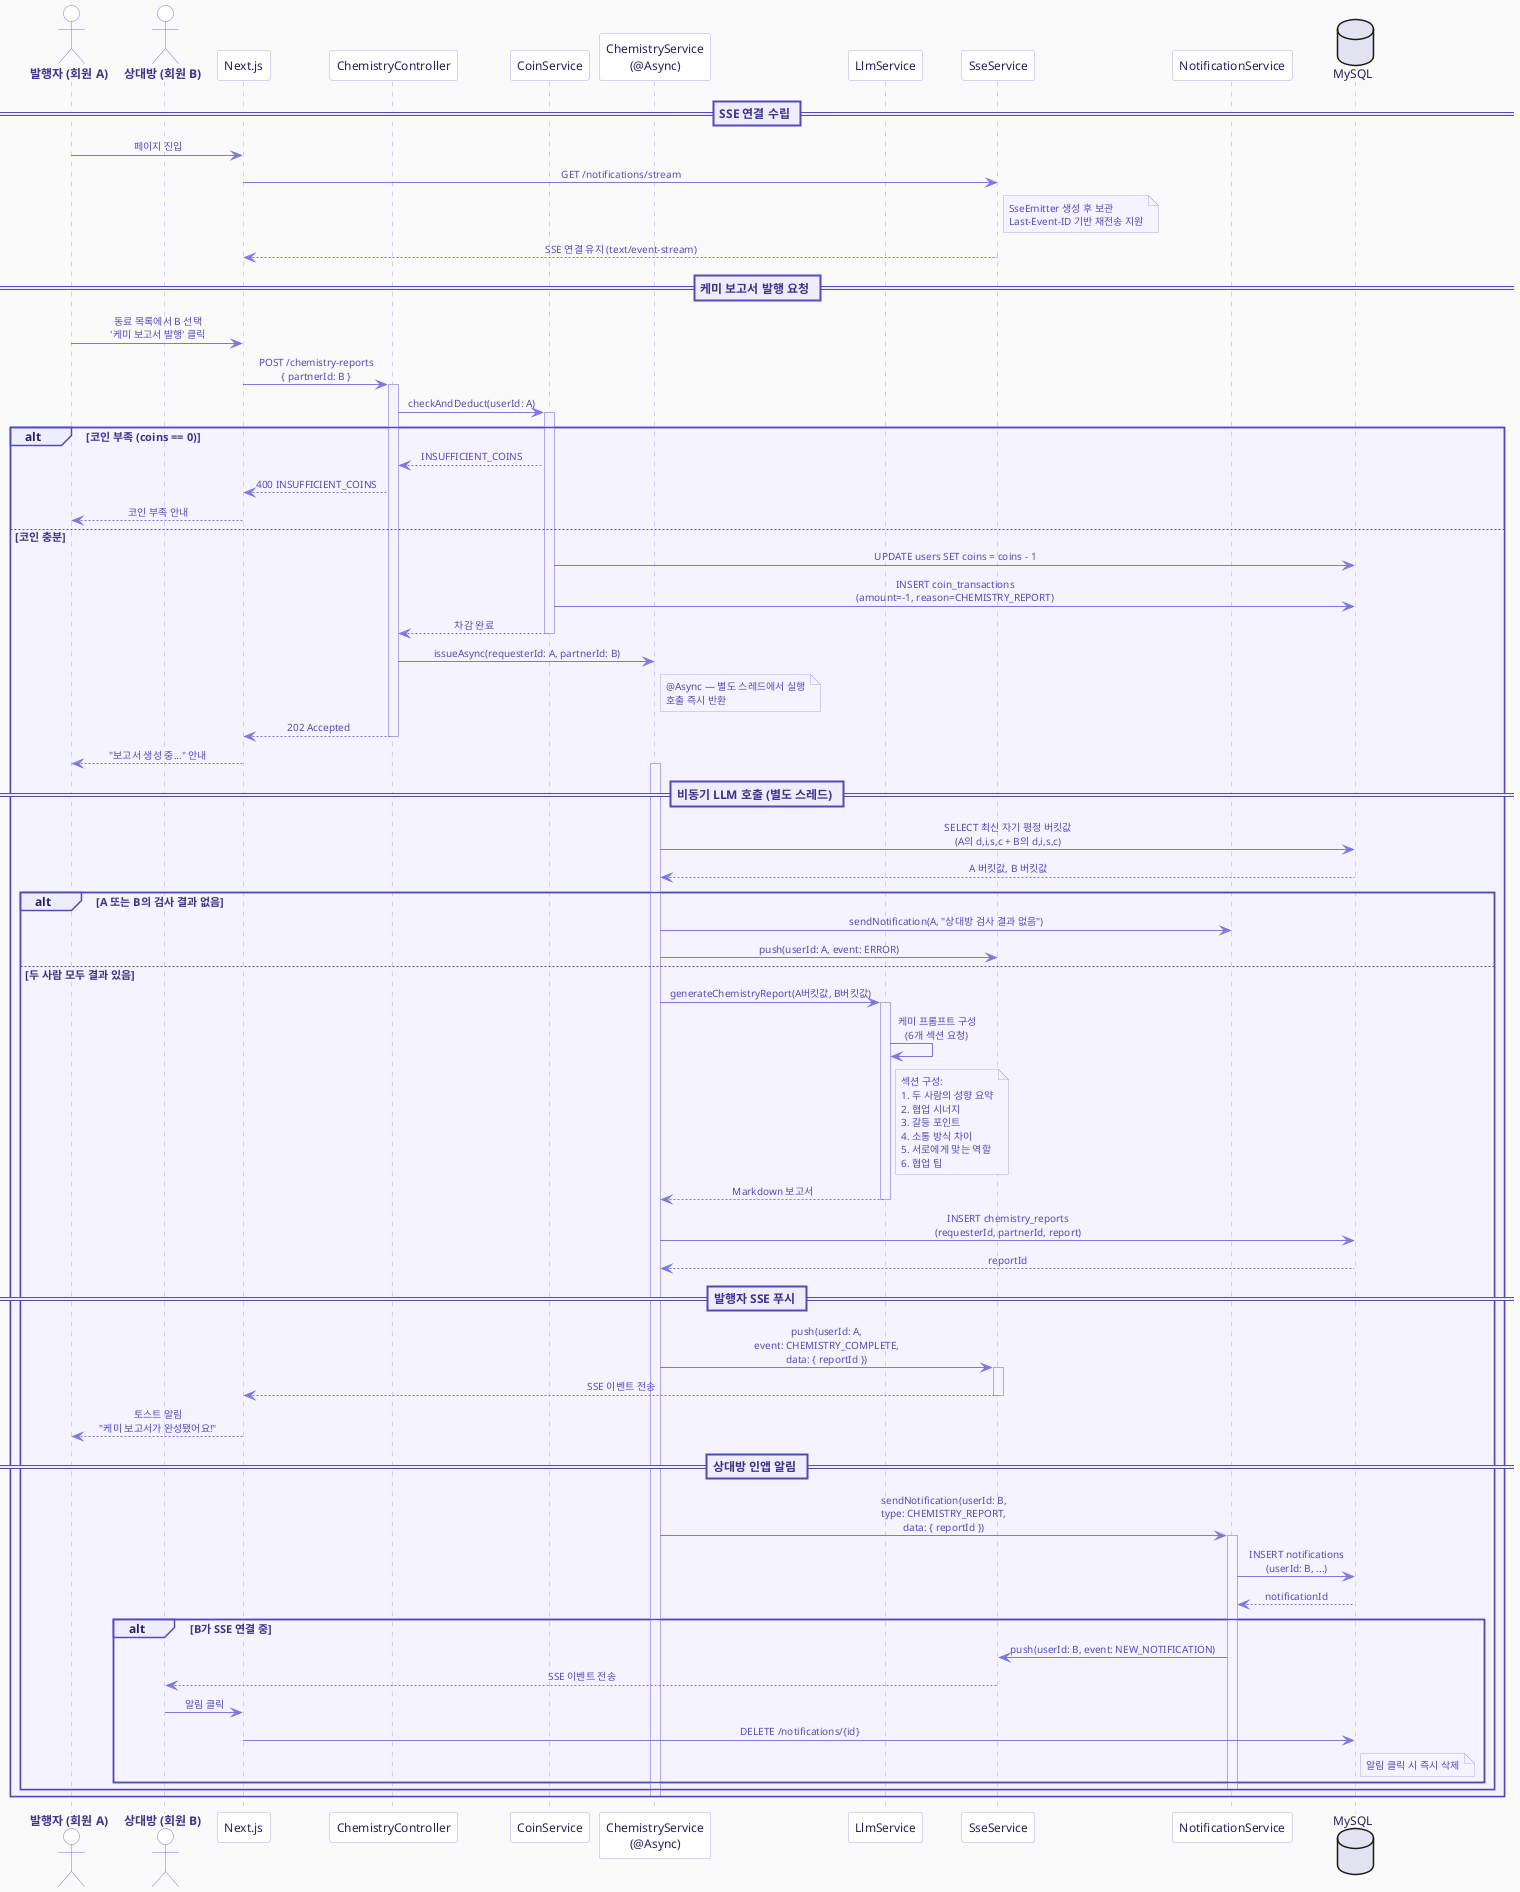
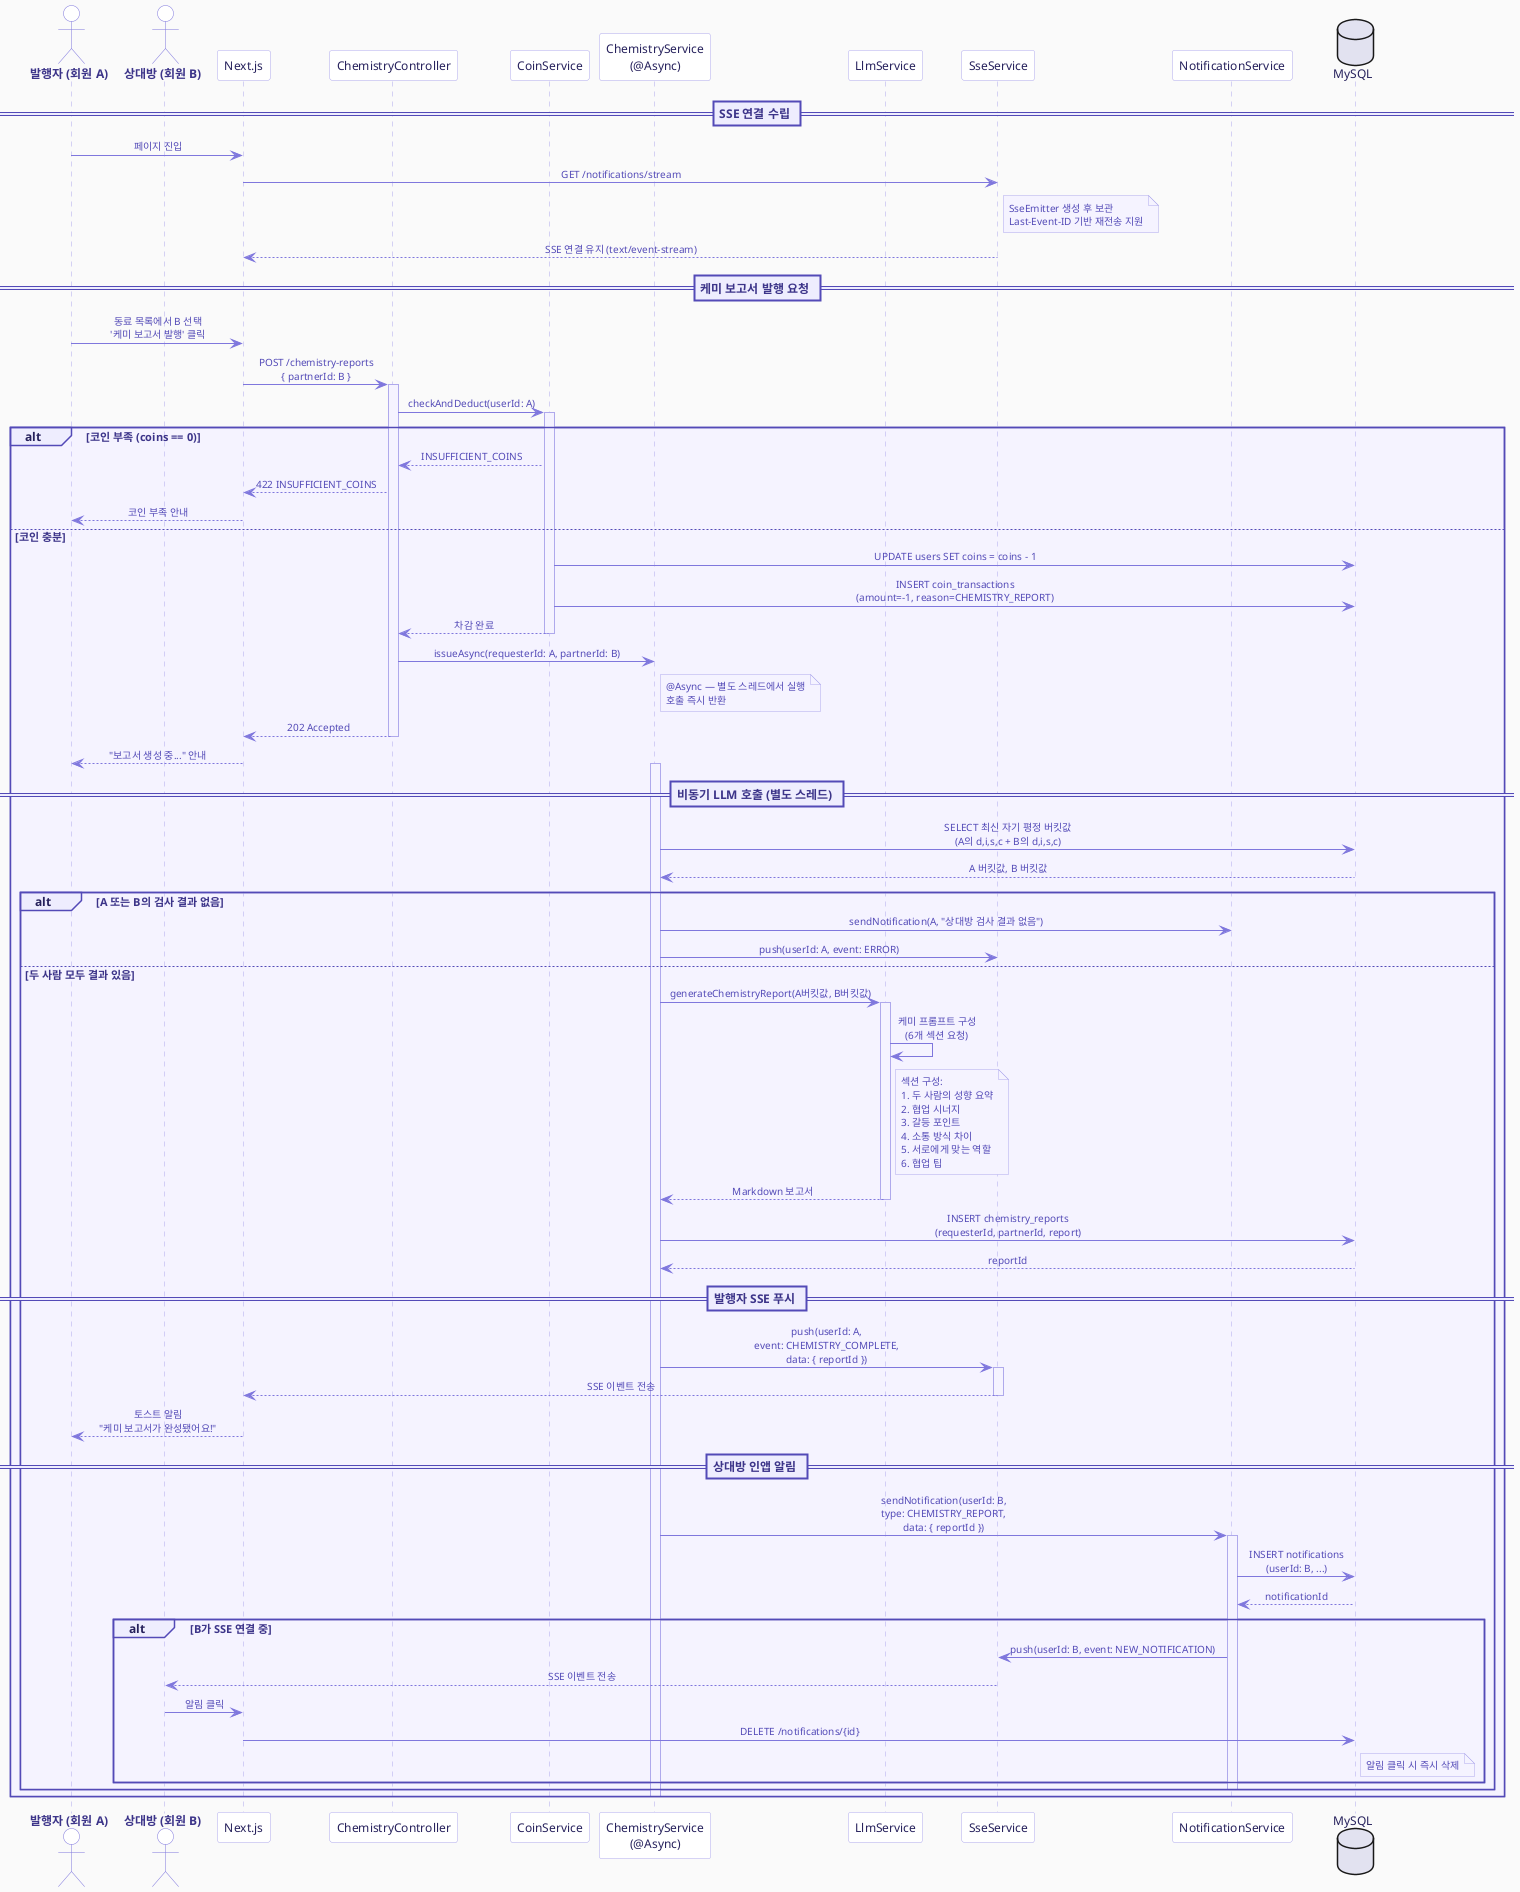
@startuml MyCPT_Sequence_Chemistry

skinparam backgroundColor #FAFAFA
skinparam defaultFontName "Apple SD Gothic Neo, sans-serif"
skinparam defaultFontSize 12
skinparam defaultFontColor #26215C
skinparam sequenceMessageAlign center

skinparam participant {
  BackgroundColor #FFFFFF
  BorderColor #AFA9EC
  FontColor #26215C
  FontSize 12
}

skinparam actor {
  BackgroundColor #FFFFFF
  BorderColor #7F77DD
  FontColor #3C3489
  FontSize 12
  FontStyle bold
}

skinparam sequence {
  ArrowColor #7F77DD
  ArrowFontColor #534AB7
  ArrowFontSize 10
  LifeLineBorderColor #AFA9EC
  LifeLineBackgroundColor #F5F3FF
  GroupBorderColor #534AB7
  GroupBackgroundColor #EEEDFE
  GroupFontColor #3C3489
  GroupFontSize 11
  GroupBodyBackgroundColor #F5F3FF
  DividerBackgroundColor #EEEDFE
  DividerBorderColor #534AB7
  DividerFontColor #3C3489
}

skinparam note {
  BackgroundColor #F5F3FF
  BorderColor #AFA9EC
  FontColor #534AB7
  FontSize 10
}

actor "발행자 (회원 A)" as UserA
actor "상대방 (회원 B)" as UserB
participant "Next.js" as Client
participant "ChemistryController" as Controller
participant "CoinService" as Coin
participant "ChemistryService\n(@Async)" as Chemistry
participant "LlmService" as Llm
participant "SseService" as Sse
participant "NotificationService" as Notify
database "MySQL" as DB

== SSE 연결 수립 ==

UserA -> Client : 페이지 진입
Client -> Sse : GET /notifications/stream
note right of Sse
  SseEmitter 생성 후 보관
  Last-Event-ID 기반 재전송 지원
end note
Sse --> Client : SSE 연결 유지 (text/event-stream)

== 케미 보고서 발행 요청 ==

UserA -> Client : 동료 목록에서 B 선택\n'케미 보고서 발행' 클릭
Client -> Controller : POST /chemistry-reports\n{ partnerId: B }
activate Controller

Controller -> Coin : checkAndDeduct(userId: A)
activate Coin

alt 코인 부족 (coins == 0)
  Coin --> Controller : INSUFFICIENT_COINS
-   Controller --> Client : 400 INSUFFICIENT_COINS
+   Controller --> Client : 422 INSUFFICIENT_COINS
  Client --> UserA : 코인 부족 안내
else 코인 충분
  Coin -> DB : UPDATE users SET coins = coins - 1
  Coin -> DB : INSERT coin_transactions\n(amount=-1, reason=CHEMISTRY_REPORT)
  Coin --> Controller : 차감 완료
  deactivate Coin

  Controller -> Chemistry : issueAsync(requesterId: A, partnerId: B)
  note right of Chemistry
    @Async — 별도 스레드에서 실행
    호출 즉시 반환
  end note

  Controller --> Client : 202 Accepted
  deactivate Controller
  Client --> UserA : "보고서 생성 중..." 안내

  == 비동기 LLM 호출 (별도 스레드) ==

  activate Chemistry
  Chemistry -> DB : SELECT 최신 자기 평정 버킷값\n(A의 d,i,s,c + B의 d,i,s,c)
  DB --> Chemistry : A 버킷값, B 버킷값

  alt A 또는 B의 검사 결과 없음
    Chemistry -> Notify : sendNotification(A, "상대방 검사 결과 없음")
    Chemistry -> Sse : push(userId: A, event: ERROR)
  else 두 사람 모두 결과 있음
    Chemistry -> Llm : generateChemistryReport(A버킷값, B버킷값)
    activate Llm
    Llm -> Llm : 케미 프롬프트 구성\n(6개 섹션 요청)
    note right of Llm
      섹션 구성:
      1. 두 사람의 성향 요약
      2. 협업 시너지
      3. 갈등 포인트
      4. 소통 방식 차이
      5. 서로에게 맞는 역할
      6. 협업 팁
    end note
    Llm --> Chemistry : Markdown 보고서
    deactivate Llm

    Chemistry -> DB : INSERT chemistry_reports\n(requesterId, partnerId, report)
    DB --> Chemistry : reportId

    == 발행자 SSE 푸시 ==
    Chemistry -> Sse : push(userId: A,\nevent: CHEMISTRY_COMPLETE,\ndata: { reportId })
    activate Sse
    Sse --> Client : SSE 이벤트 전송
    deactivate Sse
    Client --> UserA : 토스트 알림\n"케미 보고서가 완성됐어요!"

    == 상대방 인앱 알림 ==
    Chemistry -> Notify : sendNotification(userId: B,\ntype: CHEMISTRY_REPORT,\ndata: { reportId })
    activate Notify
    Notify -> DB : INSERT notifications\n(userId: B, ...)
    DB --> Notify : notificationId

    alt B가 SSE 연결 중
      Notify -> Sse : push(userId: B, event: NEW_NOTIFICATION)
      Sse --> UserB : SSE 이벤트 전송
      UserB -> Client : 알림 클릭
      Client -> DB : DELETE /notifications/{id}
      note right of DB : 알림 클릭 시 즉시 삭제
    end

    deactivate Notify
  end
  deactivate Chemistry
end

@enduml
